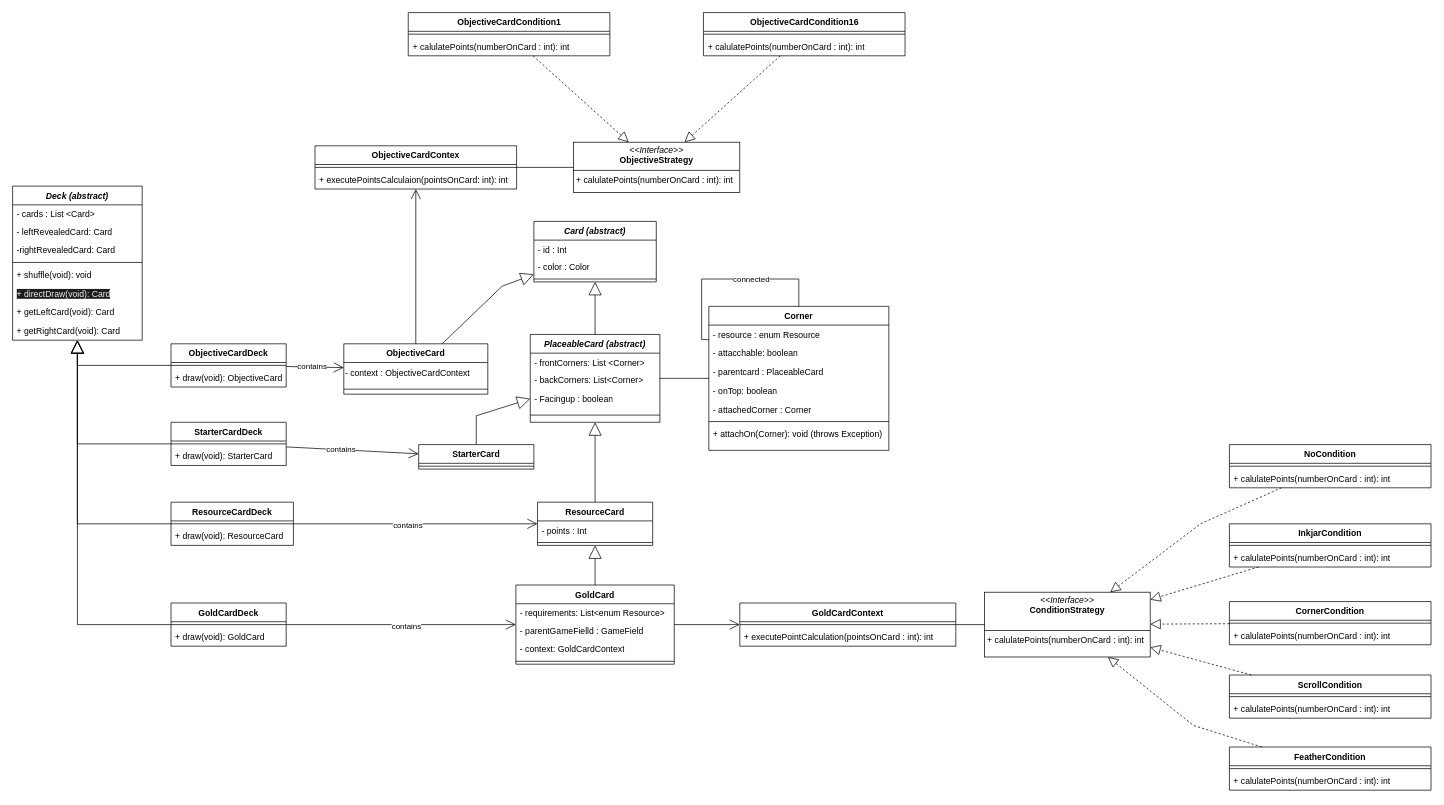
This is page "Deck/Card detail" (5 of 10) of Deliveries/UML.drawio from EliaDallanoce432/IS24-LB08, a draw.io file, before an edit. Source tidied: cells renumbered, new cells numbered last; positions are measured from the earlier drawing's top-left corner, leaving out a move shared by most shapes. Both pictures are drawn from the tidied source at 72%, with x=0, y=0 at pixel (12, 12).
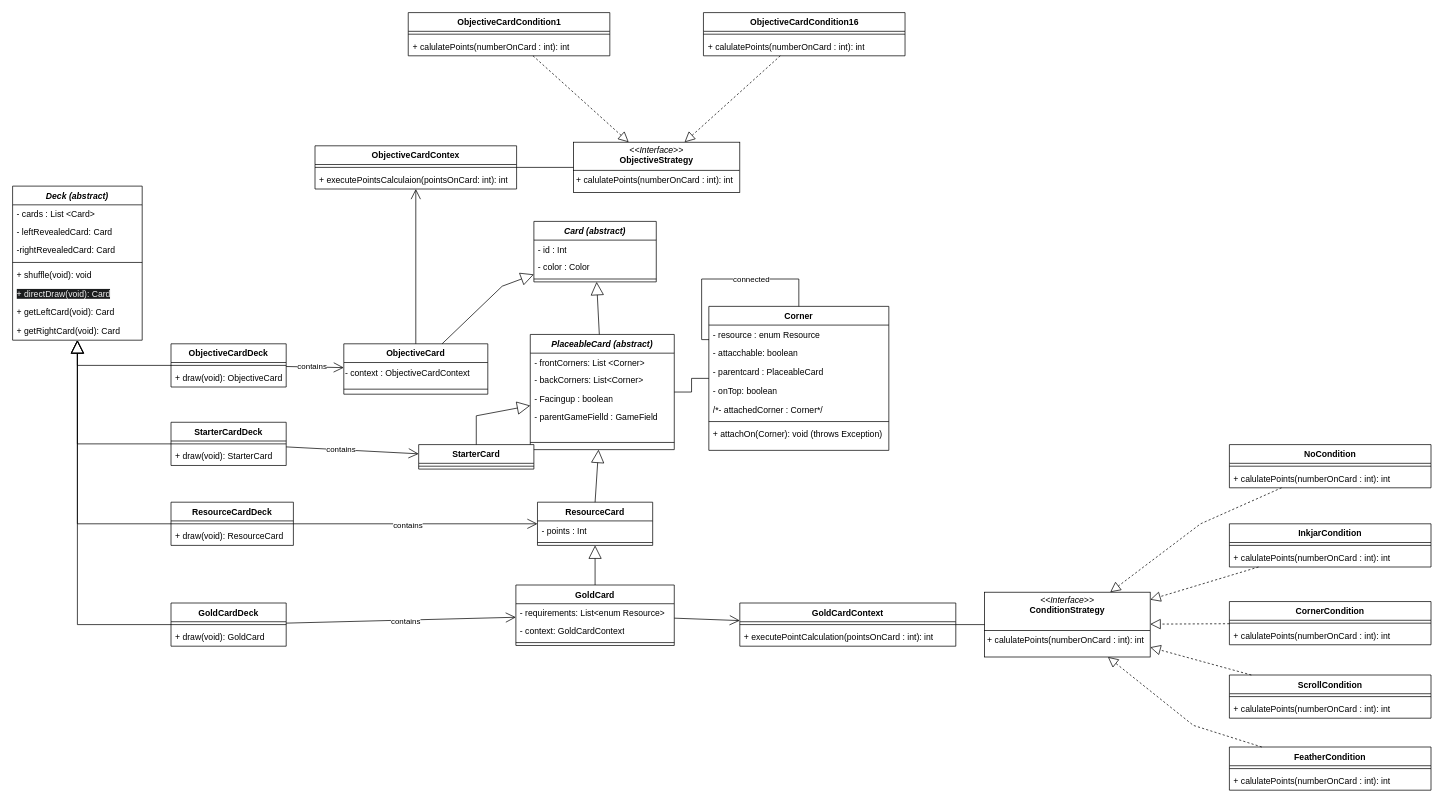
Above is the later version.

The change refers to these unchanged cells:
```xml
<mxCell id="55" value="Corner" style="swimlane;fontStyle=1;align=center;verticalAlign=top;horizontal=1;startSize=26;whiteSpace=wrap;html=1;" parent="1" vertex="1">
  <mxGeometry x="967" y="408" width="250" height="200" as="geometry" />
</mxCell>
```

What changed in the source:
```diff
@@
     <mxCell id="6" value="&lt;i&gt;PlaceableCard (abstract)&lt;/i&gt;" style="swimlane;fontStyle=1;align=center;verticalAlign=top;horizontal=1;startSize=26;whiteSpace=wrap;html=1;" parent="1" vertex="1">
-      <mxGeometry x="719" y="447" width="180" height="122" as="geometry" />
+      <mxGeometry x="719" y="447" width="200" height="160" as="geometry" />
     </mxCell>
     <mxCell id="7" value="&lt;div&gt;- frontCorners: List &amp;lt;Corner&amp;gt;&lt;/div&gt;" style="text;strokeColor=none;fillColor=none;align=left;verticalAlign=top;spacingLeft=4;spacingRight=4;overflow=hidden;whiteSpace=wrap;html=1;" parent="6" vertex="1">
-      <mxGeometry y="26" width="180" height="24" as="geometry" />
+      <mxGeometry y="26" width="200" height="24" as="geometry" />
     </mxCell>
     <mxCell id="8" value="&lt;div&gt;- backCorners: List&amp;lt;Corner&amp;gt;&lt;/div&gt;&lt;div&gt;&lt;br&gt;&lt;/div&gt;" style="text;strokeColor=none;fillColor=none;align=left;verticalAlign=top;spacingLeft=4;spacingRight=4;overflow=hidden;whiteSpace=wrap;html=1;" parent="6" vertex="1">
-      <mxGeometry y="50" width="180" height="26" as="geometry" />
+      <mxGeometry y="50" width="200" height="26" as="geometry" />
     </mxCell>
     <mxCell id="9" value="- Facingup : boolean" style="text;strokeColor=none;fillColor=none;align=left;verticalAlign=top;spacingLeft=4;spacingRight=4;overflow=hidden;whiteSpace=wrap;html=1;" parent="6" vertex="1">
-      <mxGeometry y="76" width="180" height="26" as="geometry" />
+      <mxGeometry y="76" width="200" height="26" as="geometry" />
     </mxCell>
+    <mxCell id="18" value="- parentGameFielld : GameField" style="text;strokeColor=none;fillColor=none;align=left;verticalAlign=top;spacingLeft=4;spacingRight=4;overflow=hidden;whiteSpace=wrap;html=1;" parent="6" vertex="1">
+      <mxGeometry y="102" width="200" height="38" as="geometry" />
+    </mxCell>
     <mxCell id="10" style="line;strokeWidth=1;fillColor=none;align=left;verticalAlign=middle;spacingTop=-1;spacingLeft=3;spacingRight=3;labelPosition=right;strokeColor=inherit;" parent="6" vertex="1">
-      <mxGeometry y="102" width="180" height="20" as="geometry" />
+      <mxGeometry y="140" width="200" height="20" as="geometry" />
     </mxCell>
@@
     <mxCell id="16" value="GoldCard" style="swimlane;fontStyle=1;align=center;verticalAlign=top;horizontal=1;startSize=26;whiteSpace=wrap;html=1;" parent="1" vertex="1">
-      <mxGeometry x="699" y="795" width="220" height="110" as="geometry" />
+      <mxGeometry x="699" y="795" width="220" height="84" as="geometry" />
     </mxCell>
@@
-    <mxCell id="18" value="- parentGameFielld : GameField" style="text;strokeColor=none;fillColor=none;align=left;verticalAlign=top;spacingLeft=4;spacingRight=4;overflow=hidden;whiteSpace=wrap;html=1;" parent="16" vertex="1">
-      <mxGeometry y="50" width="220" height="26" as="geometry" />
-    </mxCell>
     <mxCell id="19" value="- context: GoldCardContext" style="text;strokeColor=none;fillColor=none;align=left;verticalAlign=top;spacingLeft=4;spacingRight=4;overflow=hidden;whiteSpace=wrap;html=1;" parent="16" vertex="1">
-      <mxGeometry y="76" width="220" height="26" as="geometry" />
+      <mxGeometry y="50" width="220" height="26" as="geometry" />
     </mxCell>
     <mxCell id="20" style="line;strokeWidth=1;fillColor=none;align=left;verticalAlign=middle;spacingTop=-1;spacingLeft=3;spacingRight=3;labelPosition=right;strokeColor=inherit;" parent="16" vertex="1">
-      <mxGeometry y="102" width="220" height="8" as="geometry" />
+      <mxGeometry y="76" width="220" height="8" as="geometry" />
     </mxCell>
@@
-    <mxCell id="60" value="- attachedCorner : Corner" style="text;strokeColor=none;fillColor=none;align=left;verticalAlign=top;spacingLeft=4;spacingRight=4;overflow=hidden;whiteSpace=wrap;html=1;" parent="55" vertex="1">
+    <mxCell id="60" value="/*- attachedCorner : Corner*/" style="text;strokeColor=none;fillColor=none;align=left;verticalAlign=top;spacingLeft=4;spacingRight=4;overflow=hidden;whiteSpace=wrap;html=1;" parent="55" vertex="1">
       <mxGeometry y="130" width="250" height="26" as="geometry" />
     </mxCell>
```
